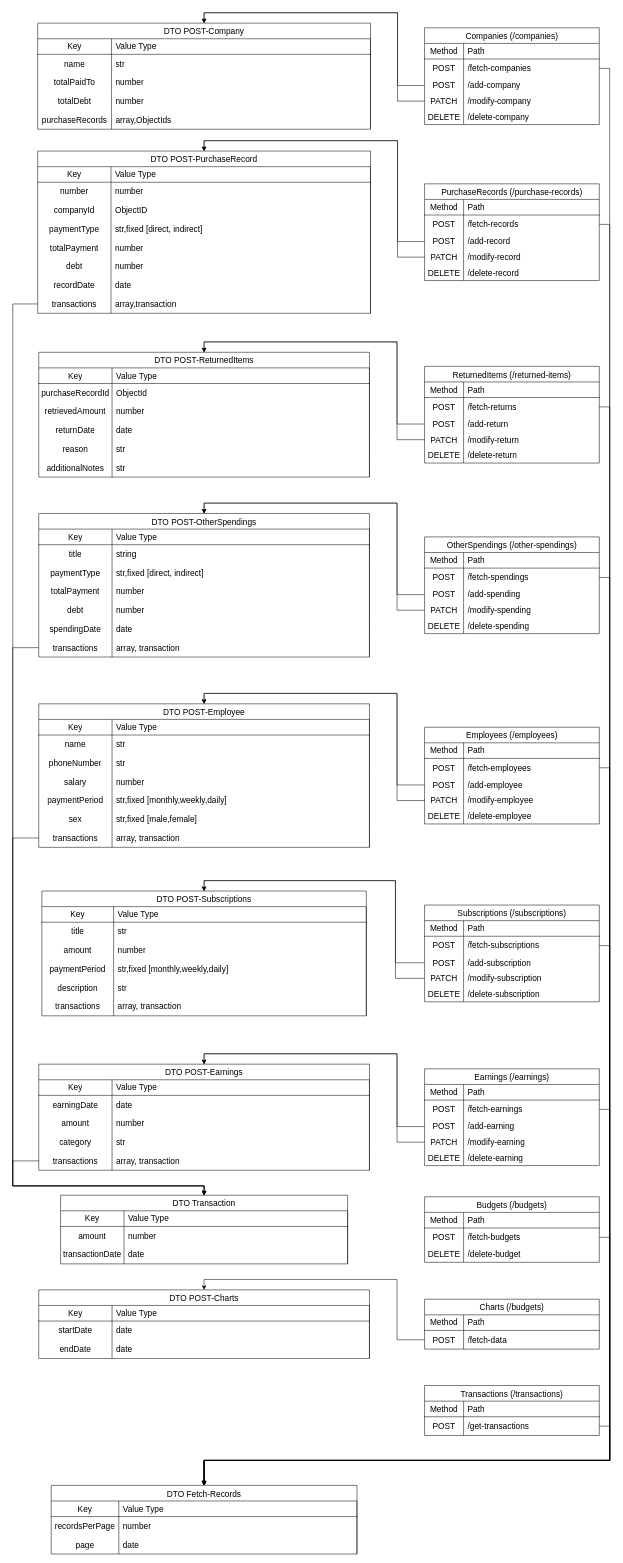
alifaisal101/shop-finances-manager keeps this draw.io diagram as docs/api.design.drawio. Above is the earlier version. Source tidied: cells renumbered, new cells numbered last; positions are measured from the earlier drawing's top-left corner, leaving out a move shared by most shapes. Both pictures are drawn from the tidied source at 52%, with x=0, y=0 at pixel (12, 23).
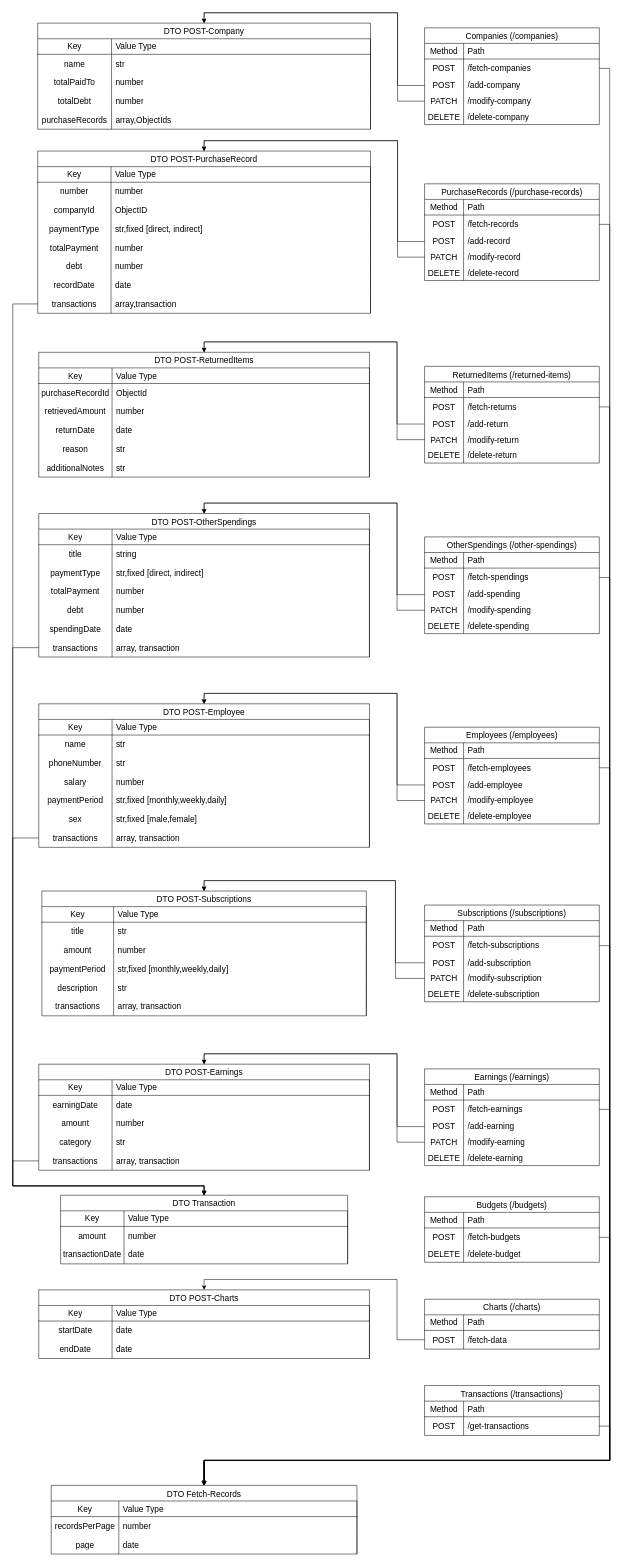
The same page after the edit.

Commit message (it also covers changes not shown here):
added charts controller and dto

Change to the diagram source:
```diff
@@
-    <mxCell id="108" value="Charts (/budgets)" style="shape=table;startSize=30;childLayout=tableLayout;rowLines=0;fontStyle=0;strokeColor=default;fontSize=16;" parent="1" vertex="1">
+    <mxCell id="108" value="Charts (/charts)" style="shape=table;startSize=30;childLayout=tableLayout;rowLines=0;fontStyle=0;strokeColor=default;fontSize=16;" parent="1" vertex="1">
       <mxGeometry x="792" y="2454" width="336" height="96" as="geometry" />
     </mxCell>
```
